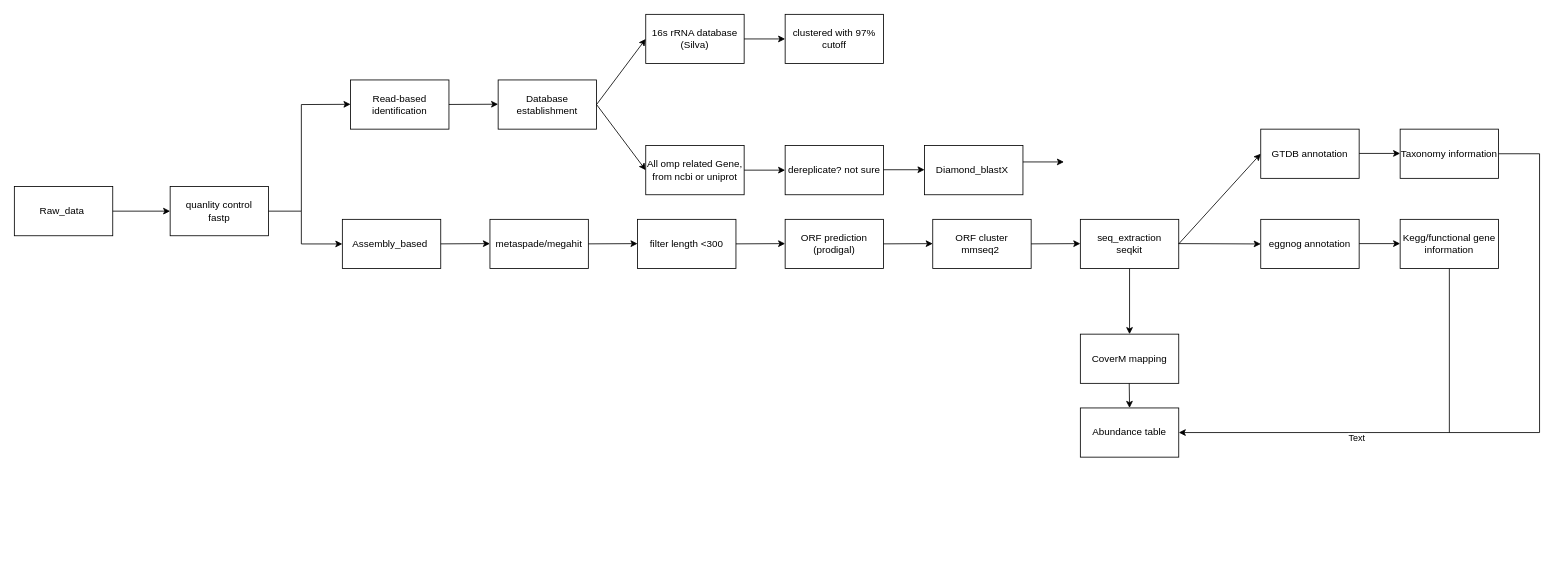
This is Untitled Diagram.drawio from XuhanDeng/OMPs_Metagenomics_pipeline, a draw.io file, before an edit. Source tidied: cells renumbered, new cells numbered last; positions are measured from the earlier drawing's top-left corner, leaving out a move shared by most shapes. Both pictures are drawn from the tidied source at 82%, with x=0, y=0 at pixel (14, 14).
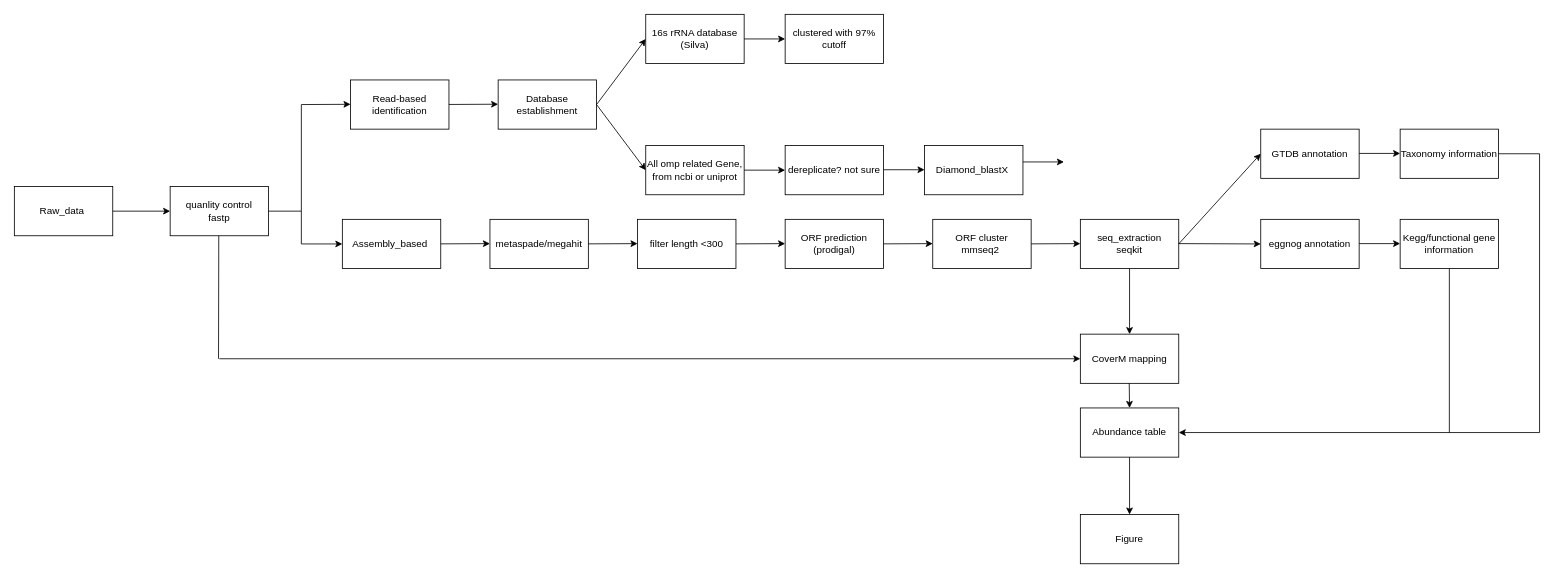
Above is the later version.

Unchanged cells that the change refers to:
```xml
<mxCell id="44" value="&lt;div&gt;CoverM mapping&lt;/div&gt;" style="rounded=0;whiteSpace=wrap;html=1;" parent="1" vertex="1">
  <mxGeometry x="1300" y="390" width="120" height="60" as="geometry" />
</mxCell>
<mxCell id="46" value="&lt;div&gt;Abundance table&lt;/div&gt;" style="rounded=0;whiteSpace=wrap;html=1;" parent="1" vertex="1">
  <mxGeometry x="1300" y="480" width="120" height="60" as="geometry" />
</mxCell>
<mxCell id="47" style="endArrow=classic;html=1;rounded=0;entryX=1;entryY=0.5;entryDx=0;entryDy=0;" parent="1" edge="1" target="46">
  <mxGeometry relative="1" as="geometry">
    <mxPoint x="1860" y="510" as="sourcePoint" />
  </mxGeometry>
</mxCell>
```

Diff of the diagram source:
```diff
@@
-    <mxCell id="48" value="Text" style="edgeLabel;html=1;align=center;verticalAlign=middle;" parent="47" vertex="1">
-      <mxGeometry x="0.02" y="6" relative="1" as="geometry" />
-    </mxCell>
@@
+    <mxCell id="52" style="endArrow=classic;html=1;rounded=0;entryX=0;entryY=0.5;entryDx=0;entryDy=0;" parent="1" edge="1" target="44">
+      <mxGeometry relative="1" as="geometry">
+        <mxPoint x="250" y="420" as="sourcePoint" />
+      </mxGeometry>
+    </mxCell>
+    <mxCell id="53" style="endArrow=none;html=1;rounded=0;" parent="1" edge="1">
+      <mxGeometry relative="1" as="geometry">
+        <mxPoint x="249.3" y="270" as="sourcePoint" />
+        <mxPoint x="249" y="420" as="targetPoint" />
+      </mxGeometry>
+    </mxCell>
+    <mxCell id="54" style="endArrow=classic;html=1;rounded=0;exitX=0.5;exitY=1;exitDx=0;exitDy=0;" parent="1" edge="1" source="46">
+      <mxGeometry relative="1" as="geometry">
+        <mxPoint x="1360" y="610" as="targetPoint" />
+      </mxGeometry>
+    </mxCell>
+    <mxCell id="55" value="Figure" style="rounded=0;whiteSpace=wrap;html=1;" parent="1" vertex="1">
+      <mxGeometry x="1300" y="610" width="120" height="60" as="geometry" />
+    </mxCell>
```
